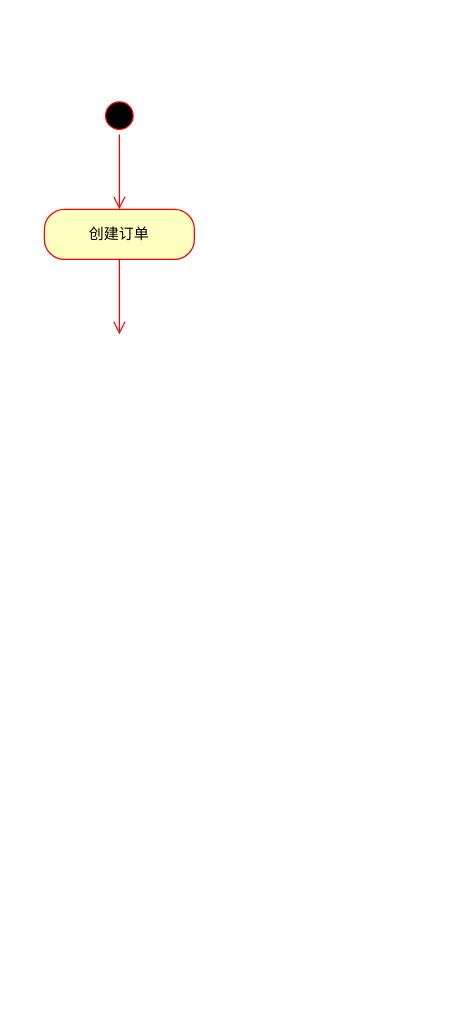
Before: 闪送流程图.drawio in jianxiang57/jianxiang57, a draw.io diagram. Source tidied: cells renumbered, new cells numbered last; positions are measured from the earlier drawing's top-left corner, leaving out a move shared by most shapes. Both pictures are drawn from the tidied source at 125%, with x=0, y=0 at pixel (44, 96).
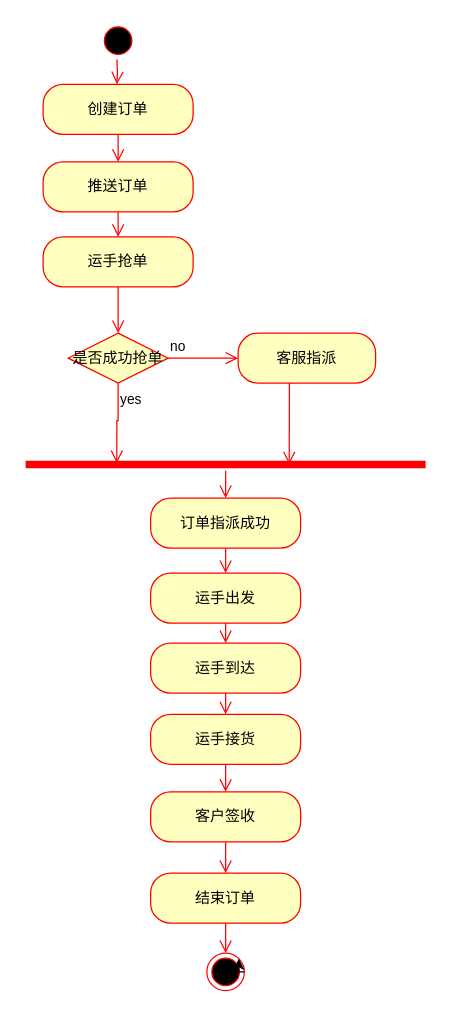
Above is the later version.

Commit message (it also covers changes not shown here):
Update 闪送流程图.drawio

Change to the diagram source:
```diff
@@
     <mxCell id="2" style="ellipse;html=1;shape=startState;fillColor=#000000;strokeColor=#ff0000;" parent="1" vertex="1">
-      <mxGeometry x="45" width="30" height="30" as="geometry" />
+      <mxGeometry x="44" y="-60" width="30" height="30" as="geometry" />
     </mxCell>
-    <mxCell id="3" style="edgeStyle=orthogonalEdgeStyle;html=1;verticalAlign=bottom;endArrow=open;endSize=8;strokeColor=#ff0000;rounded=0;" parent="1" edge="1" source="2">
-      <mxGeometry relative="1" as="geometry">
-        <mxPoint x="60" y="90" as="targetPoint" />
-      </mxGeometry>
-    </mxCell>
-    <mxCell id="4" value="创建订单" style="rounded=1;whiteSpace=wrap;html=1;arcSize=40;fontColor=#000000;fillColor=#ffffc0;strokeColor=#ff0000;" parent="1" vertex="1">
-      <mxGeometry y="90" width="120" height="40" as="geometry" />
+    <mxCell id="4" value="推送订单" style="rounded=1;whiteSpace=wrap;html=1;arcSize=40;fontColor=#000000;fillColor=#ffffc0;strokeColor=#ff0000;" parent="1" vertex="1">
+      <mxGeometry x="-1" y="52" width="120" height="40" as="geometry" />
     </mxCell>
-    <mxCell id="5" style="edgeStyle=orthogonalEdgeStyle;html=1;verticalAlign=bottom;endArrow=open;endSize=8;strokeColor=#ff0000;rounded=0;" parent="1" edge="1" source="4">
-      <mxGeometry relative="1" as="geometry">
-        <mxPoint x="60" y="190" as="targetPoint" />
-      </mxGeometry>
+    <mxCell id="5" style="edgeStyle=orthogonalEdgeStyle;html=1;verticalAlign=bottom;endArrow=open;endSize=8;strokeColor=#ff0000;rounded=0;entryX=0.5;entryY=0;entryDx=0;entryDy=0;" parent="1" edge="1" source="4" target="6">
+      <mxGeometry relative="1" as="geometry" />
     </mxCell>
+    <mxCell id="6" value="运手抢单" style="rounded=1;whiteSpace=wrap;html=1;arcSize=40;fontColor=#000000;fillColor=#ffffc0;strokeColor=#ff0000;" parent="1" vertex="1">
+      <mxGeometry x="-1" y="112" width="120" height="40" as="geometry" />
+    </mxCell>
+    <mxCell id="7" style="edgeStyle=orthogonalEdgeStyle;html=1;verticalAlign=bottom;endArrow=open;endSize=8;strokeColor=#ff0000;rounded=0;" parent="1" edge="1" source="6" target="8">
+      <mxGeometry relative="1" as="geometry" />
+    </mxCell>
+    <mxCell id="8" value="是否成功抢单" style="rhombus;whiteSpace=wrap;html=1;fillColor=#ffffc0;strokeColor=#ff0000;" parent="1" vertex="1">
+      <mxGeometry x="19" y="189" width="80" height="40" as="geometry" />
+    </mxCell>
+    <mxCell id="9" value="no" style="edgeStyle=orthogonalEdgeStyle;html=1;align=left;verticalAlign=bottom;endArrow=open;endSize=8;strokeColor=#ff0000;rounded=0;" parent="1" edge="1" source="8" target="11">
+      <mxGeometry x="-1" relative="1" as="geometry" />
+    </mxCell>
+    <mxCell id="10" value="yes" style="edgeStyle=orthogonalEdgeStyle;html=1;align=left;verticalAlign=top;endArrow=open;endSize=8;strokeColor=#ff0000;rounded=0;entryX=0.228;entryY=0.4;entryDx=0;entryDy=0;entryPerimeter=0;" parent="1" edge="1" source="8" target="13">
+      <mxGeometry x="-1" relative="1" as="geometry" />
+    </mxCell>
+    <mxCell id="11" value="客服指派" style="rounded=1;whiteSpace=wrap;html=1;arcSize=40;fontColor=#000000;fillColor=#ffffc0;strokeColor=#ff0000;" parent="1" vertex="1">
+      <mxGeometry x="155" y="189" width="110" height="40" as="geometry" />
+    </mxCell>
+    <mxCell id="12" style="edgeStyle=orthogonalEdgeStyle;html=1;verticalAlign=bottom;endArrow=open;endSize=8;strokeColor=#ff0000;rounded=0;entryX=0.659;entryY=0.5;entryDx=0;entryDy=0;entryPerimeter=0;" parent="1" edge="1" source="11" target="13">
+      <mxGeometry relative="1" as="geometry">
+        <Array as="points">
+          <mxPoint x="196" y="240" />
+          <mxPoint x="196" y="240" />
+        </Array>
+      </mxGeometry>
+    </mxCell>
+    <mxCell id="13" style="shape=line;html=1;strokeWidth=6;strokeColor=#ff0000;" parent="1" vertex="1">
+      <mxGeometry x="-15" y="289" width="320" height="10" as="geometry" />
+    </mxCell>
+    <mxCell id="14" style="edgeStyle=orthogonalEdgeStyle;html=1;verticalAlign=bottom;endArrow=open;endSize=8;strokeColor=#ff0000;rounded=0;" parent="1" edge="1" source="13" target="18">
+      <mxGeometry relative="1" as="geometry" />
+    </mxCell>
+    <mxCell id="15" value="创建订单" style="rounded=1;whiteSpace=wrap;html=1;arcSize=40;fontColor=#000000;fillColor=#ffffc0;strokeColor=#ff0000;" parent="1" vertex="1">
+      <mxGeometry x="-1" y="-10" width="120" height="40" as="geometry" />
+    </mxCell>
+    <mxCell id="16" style="edgeStyle=orthogonalEdgeStyle;html=1;verticalAlign=bottom;endArrow=open;endSize=8;strokeColor=#ff0000;rounded=0;" parent="1" edge="1" source="15" target="4">
+      <mxGeometry relative="1" as="geometry" />
+    </mxCell>
+    <mxCell id="17" style="edgeStyle=orthogonalEdgeStyle;html=1;verticalAlign=bottom;endArrow=open;endSize=8;strokeColor=#ff0000;rounded=0;exitX=0.5;exitY=1;exitDx=0;exitDy=0;" parent="1" edge="1">
+      <mxGeometry relative="1" as="geometry">
+        <mxPoint x="58" y="-30" as="sourcePoint" />
+        <mxPoint x="58" y="-10" as="targetPoint" />
+      </mxGeometry>
+    </mxCell>
+    <mxCell id="18" value="订单指派成功" style="rounded=1;whiteSpace=wrap;html=1;arcSize=40;fontColor=#000000;fillColor=#ffffc0;strokeColor=#ff0000;" parent="1" vertex="1">
+      <mxGeometry x="85" y="321" width="120" height="40" as="geometry" />
+    </mxCell>
+    <mxCell id="19" style="edgeStyle=orthogonalEdgeStyle;html=1;verticalAlign=bottom;endArrow=open;endSize=8;strokeColor=#ff0000;rounded=0;" parent="1" edge="1" source="18" target="20">
+      <mxGeometry relative="1" as="geometry" />
+    </mxCell>
+    <mxCell id="20" value="运手出发" style="rounded=1;whiteSpace=wrap;html=1;arcSize=40;fontColor=#000000;fillColor=#ffffc0;strokeColor=#ff0000;" parent="1" vertex="1">
+      <mxGeometry x="85" y="381" width="120" height="40" as="geometry" />
+    </mxCell>
+    <mxCell id="21" style="edgeStyle=orthogonalEdgeStyle;html=1;verticalAlign=bottom;endArrow=open;endSize=8;strokeColor=#ff0000;rounded=0;entryX=0.5;entryY=0;entryDx=0;entryDy=0;" parent="1" edge="1" source="20" target="22">
+      <mxGeometry relative="1" as="geometry" />
+    </mxCell>
+    <mxCell id="22" value="运手到达" style="rounded=1;whiteSpace=wrap;html=1;arcSize=40;fontColor=#000000;fillColor=#ffffc0;strokeColor=#ff0000;" parent="1" vertex="1">
+      <mxGeometry x="85" y="437" width="120" height="40" as="geometry" />
+    </mxCell>
+    <mxCell id="23" style="edgeStyle=orthogonalEdgeStyle;html=1;verticalAlign=bottom;endArrow=open;endSize=8;strokeColor=#ff0000;rounded=0;entryX=0.5;entryY=0;entryDx=0;entryDy=0;" parent="1" edge="1" source="22" target="24">
+      <mxGeometry relative="1" as="geometry" />
+    </mxCell>
+    <mxCell id="24" value="运手接货" style="rounded=1;whiteSpace=wrap;html=1;arcSize=40;fontColor=#000000;fillColor=#ffffc0;strokeColor=#ff0000;" parent="1" vertex="1">
+      <mxGeometry x="85" y="494" width="120" height="40" as="geometry" />
+    </mxCell>
+    <mxCell id="25" style="edgeStyle=orthogonalEdgeStyle;html=1;verticalAlign=bottom;endArrow=open;endSize=8;strokeColor=#ff0000;rounded=0;" parent="1" edge="1" source="24" target="26">
+      <mxGeometry relative="1" as="geometry" />
+    </mxCell>
+    <mxCell id="26" value="客户签收" style="rounded=1;whiteSpace=wrap;html=1;arcSize=40;fontColor=#000000;fillColor=#ffffc0;strokeColor=#ff0000;" parent="1" vertex="1">
+      <mxGeometry x="85" y="556" width="120" height="40" as="geometry" />
+    </mxCell>
+    <mxCell id="27" style="edgeStyle=orthogonalEdgeStyle;html=1;verticalAlign=bottom;endArrow=open;endSize=8;strokeColor=#ff0000;rounded=0;" parent="1" edge="1" source="26" target="28">
+      <mxGeometry relative="1" as="geometry" />
+    </mxCell>
+    <mxCell id="28" value="结束订单" style="rounded=1;whiteSpace=wrap;html=1;arcSize=40;fontColor=#000000;fillColor=#ffffc0;strokeColor=#ff0000;" parent="1" vertex="1">
+      <mxGeometry x="85" y="621" width="120" height="40" as="geometry" />
+    </mxCell>
+    <mxCell id="29" style="edgeStyle=orthogonalEdgeStyle;html=1;verticalAlign=bottom;endArrow=open;endSize=8;strokeColor=#ff0000;rounded=0;" parent="1" edge="1" source="28" target="30">
+      <mxGeometry relative="1" as="geometry" />
+    </mxCell>
+    <mxCell id="30" style="ellipse;html=1;shape=endState;fillColor=#000000;strokeColor=#ff0000;" parent="1" vertex="1">
+      <mxGeometry x="130" y="685" width="30" height="30" as="geometry" />
+    </mxCell>
+    <mxCell id="31" style="edgeStyle=orthogonalEdgeStyle;rounded=0;orthogonalLoop=1;jettySize=auto;html=1;exitX=1;exitY=0.5;exitDx=0;exitDy=0;entryX=1;entryY=0;entryDx=0;entryDy=0;" parent="1" edge="1" source="30" target="30">
+      <mxGeometry relative="1" as="geometry" />
+    </mxCell>
```
